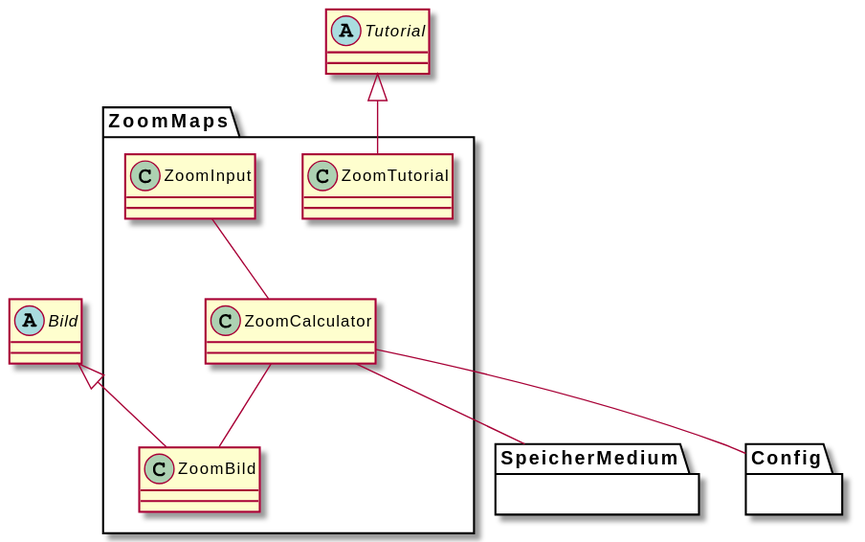
Earlier version of the PlantUML export meilenstein_03/uml-zoommaps/zoommaps.svg (weichware10/meilensteine).
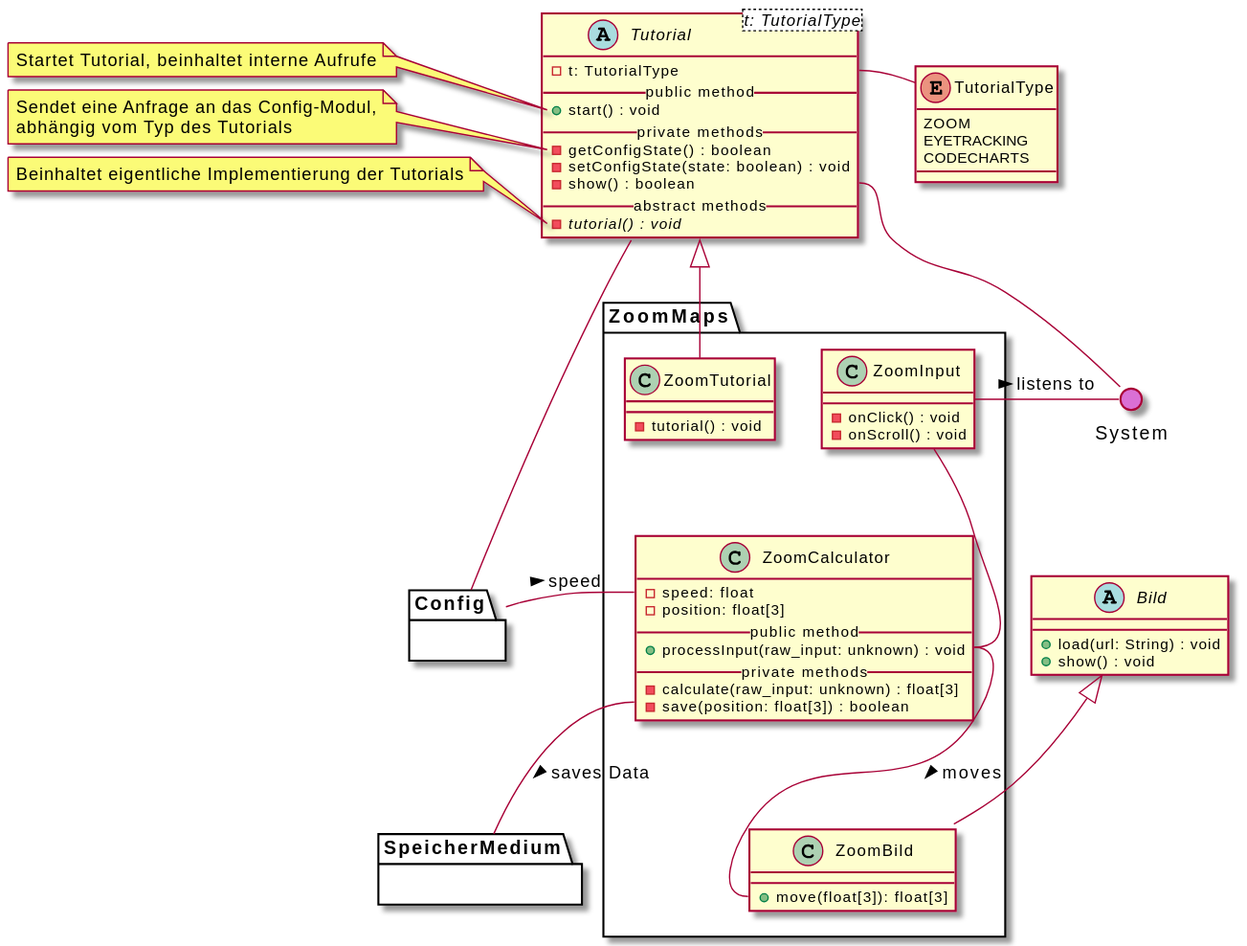
After the commit.

Commit message:
Render PlantUML SVGs

Diff of the diagram source:
```diff
@@ -1,34 +1,86 @@
 @startuml
-abstract Bild
-abstract Tutorial
+() System #DA70D5
+top to bottom direction
+
+abstract Tutorial<t: TutorialType> {
+  - t: TutorialType
+  __public method__
+  + start() : void
+  __private methods__
+  - getConfigState() : boolean
+  - setConfigState(state: boolean) : void
+  - show() : boolean
+  __abstract methods__
+  - {abstract} tutorial() : void
+}
+
+note left of Tutorial::start
+    Startet Tutorial, beinhaltet interne Aufrufe
+end note
+note left of Tutorial::getConfigState
+    Sendet eine Anfrage an das Config-Modul,
+    abhängig vom Typ des Tutorials
+end note
+note left of Tutorial::tutorial
+    Beinhaltet eigentliche Implementierung der Tutorials
+end note
+
+enum TutorialType {
+  ZOOM
+  EYETRACKING
+  CODECHARTS
+}
+
+Tutorial::t -r- TutorialType
+Tutorial::show -- System
+Tutorial -- Config
+
+
+abstract Bild {
+  + load(url: String) : void
+  + show() : void
+}
+
 
 package ZoomMaps {
-  class ZoomTutorial {
 
+  class ZoomInput {
+    - onClick() : void
+    - onScroll() : void
   }
 
-  class ZoomInput {
+  class ZoomTutorial {
+    - tutorial() : void
   }
 
   class ZoomCalculator {
+    - speed: float
+    - position: float[3]
+    __public method__
+    + processInput(raw_input: unknown) : void
+    __private methods__
+    - calculate(raw_input: unknown) : float[3]
+    - save(position: float[3]) : boolean
   }
 
   class ZoomBild {
+    + move(float[3]): float[3]
+  }
 
-  }
+
+  Bild <|-- ZoomBild
+  Tutorial <|-- ZoomTutorial
+
+  ZoomInput -- ZoomCalculator::processInput
+  ZoomCalculator::processInput  -- ZoomBild::move : > moves
+
+  ZoomCalculator::save -- SpeicherMedium : > saves Data
+  ZoomCalculator::speed -r- Config : < speed
+  ZoomInput -r- System : > listens to
 
 }
 
-package SpeicherMedium {}
-
 package Config {}
 
-Bild <|-- ZoomBild
-Tutorial <|-- ZoomTutorial
-
-ZoomInput -- ZoomCalculator
-ZoomCalculator -- ZoomBild
-
-ZoomCalculator -- SpeicherMedium
-ZoomCalculator -- Config
+package SpeicherMedium {}
 @enduml
```
